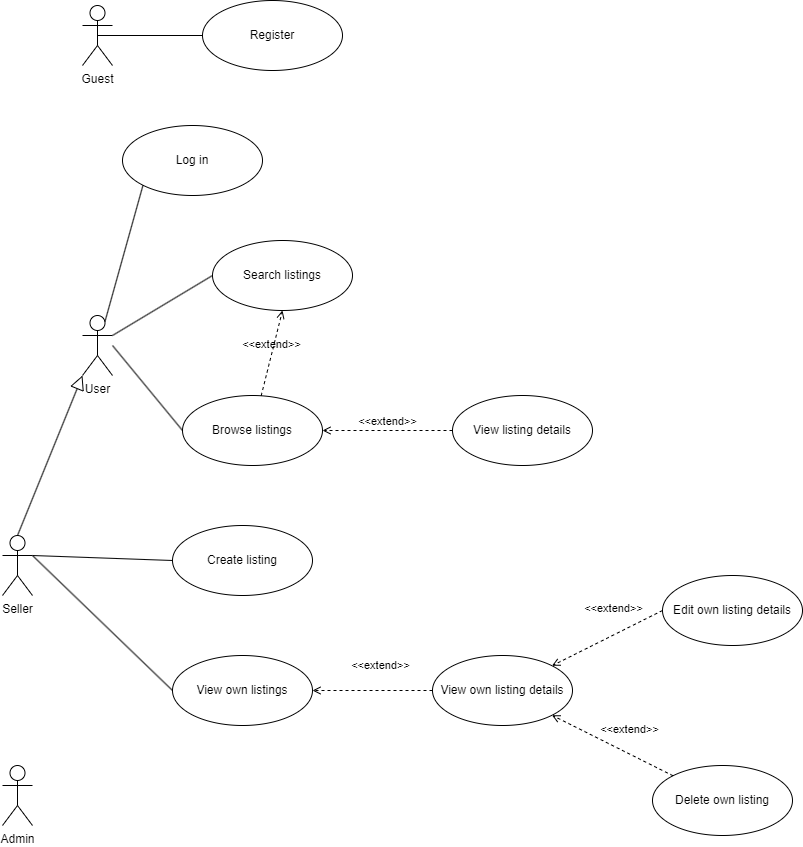
Earlier version of the draw.io export docs/diagrams/use-cases.drawio.png (taurasbear/automotive-marketplace). Source tidied: cells renumbered, new cells last; positions are measured from the earlier drawing's top-left corner, leaving out a move shared by most shapes.
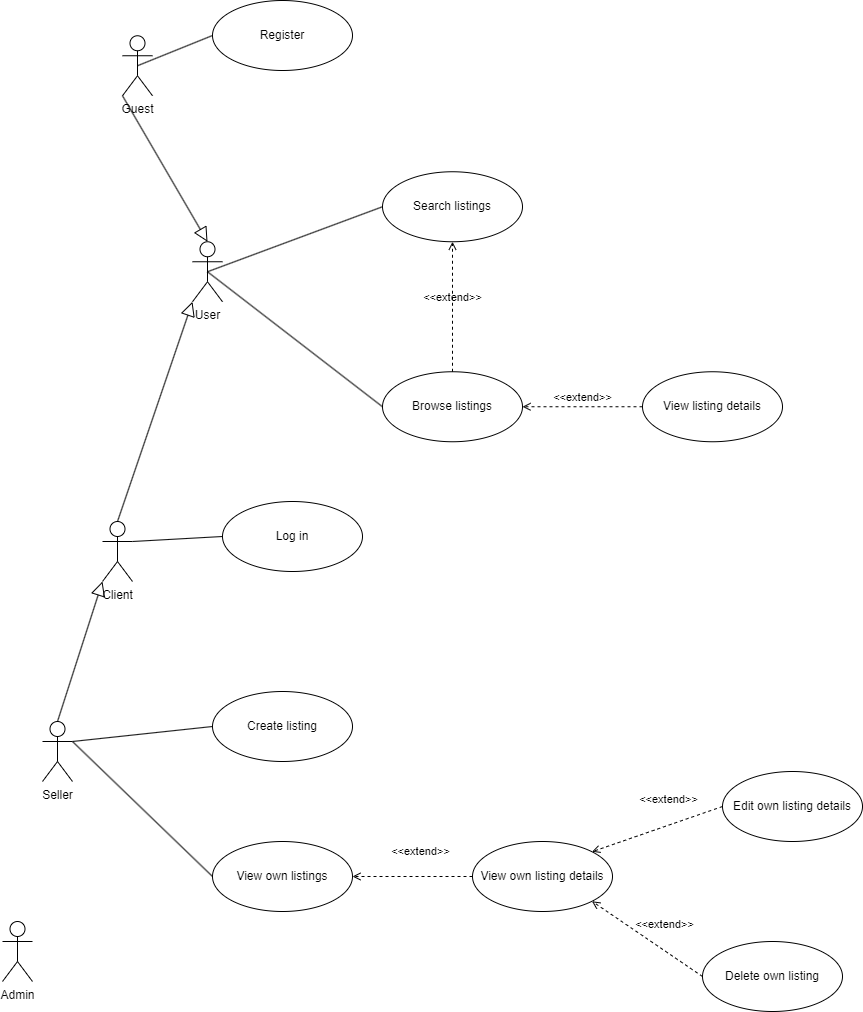
Later version of the same file.

Commit message:
Updated ER and use-case diagrams.

Change to the diagram source:
```diff
@@ -3,84 +3,91 @@
     <mxCell id="0" />
     <mxCell id="1" parent="0" />
     <mxCell id="2" value="Guest" style="shape=umlActor;verticalLabelPosition=bottom;verticalAlign=top;html=1;outlineConnect=0;" parent="1" vertex="1">
-      <mxGeometry x="80" y="5" width="30" height="60" as="geometry" />
+      <mxGeometry x="80" y="239.2" width="30" height="60" as="geometry" />
     </mxCell>
     <mxCell id="3" value="Register" style="ellipse;whiteSpace=wrap;html=1;" parent="1" vertex="1">
-      <mxGeometry x="200" width="140" height="70" as="geometry" />
+      <mxGeometry x="170" y="204" width="140" height="70" as="geometry" />
     </mxCell>
     <mxCell id="4" value="Log i&lt;span style=&quot;background-color: transparent; color: light-dark(rgb(0, 0, 0), rgb(255, 255, 255));&quot;&gt;n&lt;/span&gt;" style="ellipse;whiteSpace=wrap;html=1;" parent="1" vertex="1">
-      <mxGeometry x="120" y="125" width="140" height="70" as="geometry" />
+      <mxGeometry x="180" y="705" width="140" height="70" as="geometry" />
     </mxCell>
     <mxCell id="5" value="User" style="shape=umlActor;verticalLabelPosition=bottom;verticalAlign=top;html=1;" parent="1" vertex="1">
-      <mxGeometry x="80" y="315" width="30" height="60" as="geometry" />
+      <mxGeometry x="150" y="445.2" width="30" height="60" as="geometry" />
     </mxCell>
     <mxCell id="6" value="Browse&lt;span style=&quot;background-color: transparent; color: light-dark(rgb(0, 0, 0), rgb(255, 255, 255));&quot;&gt;&amp;nbsp;listings&lt;/span&gt;" style="ellipse;whiteSpace=wrap;html=1;" parent="1" vertex="1">
-      <mxGeometry x="180" y="395" width="140" height="70" as="geometry" />
+      <mxGeometry x="340" y="575.2" width="140" height="70" as="geometry" />
     </mxCell>
     <mxCell id="7" style="endArrow=none;html=1;rounded=0;entryX=0.5;entryY=0.5;entryDx=0;entryDy=0;entryPerimeter=0;exitX=0;exitY=0.5;exitDx=0;exitDy=0;" parent="1" edge="1" source="3" target="2">
       <mxGeometry relative="1" as="geometry" />
     </mxCell>
-    <mxCell id="8" style="endArrow=none;html=1;rounded=0;entryX=0;entryY=0.5;entryDx=0;entryDy=0;" parent="1" edge="1" target="6">
-      <mxGeometry relative="1" as="geometry">
-        <mxPoint x="110" y="345" as="sourcePoint" />
-      </mxGeometry>
+    <mxCell id="8" style="endArrow=none;html=1;rounded=0;entryX=0;entryY=0.5;entryDx=0;entryDy=0;exitX=0.5;exitY=0.5;exitDx=0;exitDy=0;exitPerimeter=0;" parent="1" edge="1" source="5" target="6">
+      <mxGeometry relative="1" as="geometry" />
     </mxCell>
-    <mxCell id="9" style="endArrow=none;html=1;rounded=0;exitX=0.75;exitY=0.1;exitDx=0;exitDy=0;exitPerimeter=0;entryX=0;entryY=1;entryDx=0;entryDy=0;" parent="1" edge="1" source="5" target="4">
+    <mxCell id="9" style="endArrow=none;html=1;rounded=0;exitX=1;exitY=0.3333333333333333;exitDx=0;exitDy=0;exitPerimeter=0;entryX=0;entryY=0.5;entryDx=0;entryDy=0;" parent="1" edge="1" source="28" target="4">
       <mxGeometry relative="1" as="geometry" />
     </mxCell>
     <mxCell id="10" value="Create listing" style="ellipse;whiteSpace=wrap;html=1;" parent="1" vertex="1">
-      <mxGeometry x="170" y="525" width="140" height="70" as="geometry" />
+      <mxGeometry x="170" y="895" width="140" height="70" as="geometry" />
     </mxCell>
     <mxCell id="11" style="endArrow=none;html=1;rounded=0;entryX=0;entryY=0.5;entryDx=0;entryDy=0;exitX=1;exitY=0.3333333333333333;exitDx=0;exitDy=0;exitPerimeter=0;" parent="1" edge="1" source="24" target="10">
       <mxGeometry relative="1" as="geometry" />
     </mxCell>
     <mxCell id="12" value="View&amp;nbsp;&lt;span style=&quot;background-color: transparent; color: light-dark(rgb(0, 0, 0), rgb(255, 255, 255));&quot;&gt;own listings&lt;/span&gt;" style="ellipse;whiteSpace=wrap;html=1;" parent="1" vertex="1">
-      <mxGeometry x="170" y="655" width="140" height="70" as="geometry" />
+      <mxGeometry x="170" y="1045" width="140" height="70" as="geometry" />
     </mxCell>
     <mxCell id="13" value="Search listings" style="ellipse;whiteSpace=wrap;html=1;" parent="1" vertex="1">
-      <mxGeometry x="210" y="240" width="140" height="70" as="geometry" />
+      <mxGeometry x="340" y="375.2" width="140" height="70" as="geometry" />
     </mxCell>
-    <mxCell id="14" style="endArrow=none;html=1;rounded=0;entryX=0;entryY=0.5;entryDx=0;entryDy=0;exitX=1;exitY=0.3333333333333333;exitDx=0;exitDy=0;exitPerimeter=0;" parent="1" edge="1" source="5" target="13">
+    <mxCell id="14" style="endArrow=none;html=1;rounded=0;entryX=0;entryY=0.5;entryDx=0;entryDy=0;exitX=0.5;exitY=0.5;exitDx=0;exitDy=0;exitPerimeter=0;" parent="1" edge="1" source="5" target="13">
       <mxGeometry relative="1" as="geometry" />
     </mxCell>
     <mxCell id="15" value="&amp;lt;&amp;lt;extend&amp;gt;&amp;gt;" style="html=1;verticalAlign=bottom;labelBackgroundColor=none;endArrow=open;endFill=0;dashed=1;rounded=0;entryX=1;entryY=0.5;entryDx=0;entryDy=0;exitX=0;exitY=0.5;exitDx=0;exitDy=0;" parent="1" edge="1" source="16" target="12">
       <mxGeometry x="-0.14" y="-16" relative="1" as="geometry" />
     </mxCell>
     <mxCell id="16" value="View own listing details" style="ellipse;whiteSpace=wrap;html=1;" parent="1" vertex="1">
-      <mxGeometry x="430" y="655" width="140" height="70" as="geometry" />
+      <mxGeometry x="430" y="1045" width="140" height="70" as="geometry" />
     </mxCell>
     <mxCell id="17" value="Edit own listing details" style="ellipse;whiteSpace=wrap;html=1;" parent="1" vertex="1">
-      <mxGeometry x="660" y="575" width="140" height="70" as="geometry" />
+      <mxGeometry x="680" y="975" width="140" height="70" as="geometry" />
     </mxCell>
     <mxCell id="18" value="Delete own listing" style="ellipse;whiteSpace=wrap;html=1;" parent="1" vertex="1">
-      <mxGeometry x="650" y="765" width="140" height="70" as="geometry" />
+      <mxGeometry x="660" y="1145" width="140" height="70" as="geometry" />
     </mxCell>
     <mxCell id="19" value="&amp;lt;&amp;lt;extend&amp;gt;&amp;gt;" style="html=1;verticalAlign=bottom;labelBackgroundColor=none;endArrow=open;endFill=0;dashed=1;rounded=0;entryX=1;entryY=0;entryDx=0;entryDy=0;exitX=0;exitY=0.5;exitDx=0;exitDy=0;" parent="1" edge="1" source="17" target="16">
       <mxGeometry x="-0.24" y="-16" relative="1" as="geometry" />
     </mxCell>
-    <mxCell id="20" value="&amp;lt;&amp;lt;extend&amp;gt;&amp;gt;" style="html=1;verticalAlign=bottom;labelBackgroundColor=none;endArrow=open;endFill=0;dashed=1;rounded=0;entryX=1;entryY=1;entryDx=0;entryDy=0;exitX=0;exitY=0;exitDx=0;exitDy=0;" parent="1" edge="1" source="18" target="16">
+    <mxCell id="20" value="&amp;lt;&amp;lt;extend&amp;gt;&amp;gt;" style="html=1;verticalAlign=bottom;labelBackgroundColor=none;endArrow=open;endFill=0;dashed=1;rounded=0;entryX=1;entryY=1;entryDx=0;entryDy=0;exitX=0;exitY=0.5;exitDx=0;exitDy=0;" parent="1" edge="1" source="18" target="16">
       <mxGeometry x="-0.17" y="-14" relative="1" as="geometry" />
     </mxCell>
     <mxCell id="21" style="endArrow=none;html=1;rounded=0;exitX=0;exitY=0.5;exitDx=0;exitDy=0;entryX=1;entryY=0.3333333333333333;entryDx=0;entryDy=0;entryPerimeter=0;" parent="1" edge="1" source="12" target="24">
       <mxGeometry relative="1" as="geometry" />
     </mxCell>
     <mxCell id="22" value="View listing details" style="ellipse;whiteSpace=wrap;html=1;" parent="1" vertex="1">
-      <mxGeometry x="450" y="395" width="140" height="70" as="geometry" />
+      <mxGeometry x="600" y="575.2" width="140" height="70" as="geometry" />
     </mxCell>
     <mxCell id="23" value="&amp;lt;&amp;lt;extend&amp;gt;&amp;gt;" style="html=1;verticalAlign=bottom;labelBackgroundColor=none;endArrow=open;endFill=0;dashed=1;rounded=0;entryX=1;entryY=0.5;entryDx=0;entryDy=0;exitX=0;exitY=0.5;exitDx=0;exitDy=0;" parent="1" edge="1" source="22" target="6">
       <mxGeometry relative="1" as="geometry" />
     </mxCell>
     <mxCell id="24" value="Seller" style="shape=umlActor;verticalLabelPosition=bottom;verticalAlign=top;html=1;" parent="1" vertex="1">
-      <mxGeometry y="535" width="30" height="60" as="geometry" />
+      <mxGeometry y="925" width="30" height="60" as="geometry" />
     </mxCell>
-    <mxCell id="25" style="edgeStyle=none;html=1;endSize=12;endArrow=block;endFill=0;rounded=0;exitX=0.5;exitY=0;exitDx=0;exitDy=0;exitPerimeter=0;entryX=0;entryY=1;entryDx=0;entryDy=0;entryPerimeter=0;" parent="1" edge="1" source="24" target="5">
+    <mxCell id="25" style="edgeStyle=none;html=1;endSize=12;endArrow=block;endFill=0;rounded=0;exitX=0.5;exitY=0;exitDx=0;exitDy=0;exitPerimeter=0;entryX=0;entryY=1;entryDx=0;entryDy=0;entryPerimeter=0;" parent="1" edge="1" source="24" target="28">
       <mxGeometry relative="1" as="geometry" />
     </mxCell>
     <mxCell id="26" value="&amp;lt;&amp;lt;extend&amp;gt;&amp;gt;" style="html=1;verticalAlign=bottom;labelBackgroundColor=none;endArrow=open;endFill=0;dashed=1;rounded=0;entryX=0.5;entryY=1;entryDx=0;entryDy=0;" parent="1" edge="1" source="6" target="13">
       <mxGeometry relative="1" as="geometry" />
     </mxCell>
     <mxCell id="27" value="Admin" style="shape=umlActor;verticalLabelPosition=bottom;verticalAlign=top;html=1;" parent="1" vertex="1">
-      <mxGeometry y="765" width="30" height="60" as="geometry" />
+      <mxGeometry x="-40" y="1125" width="30" height="60" as="geometry" />
     </mxCell>
+    <mxCell id="28" value="Client" style="shape=umlActor;verticalLabelPosition=bottom;verticalAlign=top;html=1;" parent="1" vertex="1">
+      <mxGeometry x="60" y="725" width="30" height="60" as="geometry" />
+    </mxCell>
+    <mxCell id="29" style="edgeStyle=none;html=1;endSize=12;endArrow=block;endFill=0;rounded=0;exitX=0.5;exitY=0;exitDx=0;exitDy=0;exitPerimeter=0;entryX=0;entryY=1;entryDx=0;entryDy=0;entryPerimeter=0;" parent="1" edge="1" source="28" target="5">
+      <mxGeometry relative="1" as="geometry" />
+    </mxCell>
+    <mxCell id="30" style="edgeStyle=none;html=1;endSize=12;endArrow=block;endFill=0;rounded=0;exitX=0;exitY=1;exitDx=0;exitDy=0;exitPerimeter=0;entryX=0.5;entryY=0;entryDx=0;entryDy=0;entryPerimeter=0;" parent="1" edge="1" source="2" target="5">
+      <mxGeometry relative="1" as="geometry" />
+    </mxCell>
   </root>
 </mxGraphModel>
```
